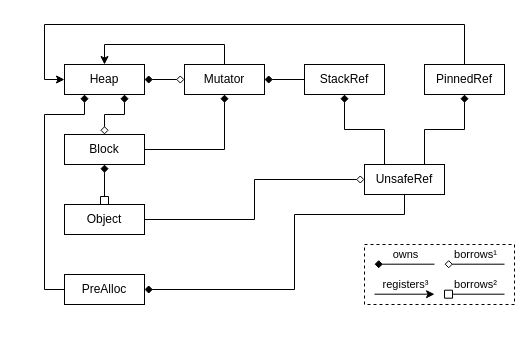
Above: icicle-core/src/heap/diagram.drawio in zopsicle/snowflake (draw.io), before the change. Source tidied: cells renumbered, new cells numbered last; positions are measured from the earlier drawing's top-left corner, leaving out a move shared by most shapes. Both pictures are drawn from the tidied source at 100%, with x=0, y=0 at pixel (44, 24).
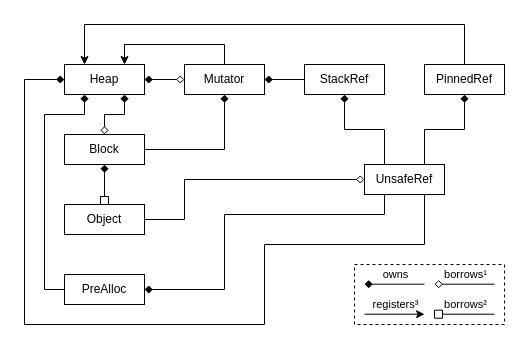
Above is the later version.

Commit message:
icicle: Document that heaps also contain unsafe refs directly

Unchanged cells that the change refers to:
```xml
<mxCell id="2" value="Heap&lt;br&gt;" style="rounded=0;whiteSpace=wrap;html=1;align=center;verticalAlign=middle;fillColor=none;" parent="1" vertex="1">
  <mxGeometry x="20" y="40" width="80" height="30" as="geometry" />
</mxCell>
<mxCell id="4" value="UnsafeRef" style="rounded=0;whiteSpace=wrap;html=1;align=center;verticalAlign=middle;fillColor=none;" parent="1" vertex="1">
  <mxGeometry x="320" y="140" width="80" height="30" as="geometry" />
</mxCell>
<mxCell id="5" value="PinnedRef" style="rounded=0;whiteSpace=wrap;html=1;align=center;verticalAlign=middle;fillColor=none;" parent="1" vertex="1">
  <mxGeometry x="380" y="40" width="80" height="30" as="geometry" />
</mxCell>
<mxCell id="10" value="Mutator" style="rounded=0;whiteSpace=wrap;html=1;align=center;verticalAlign=middle;fillColor=none;" parent="1" vertex="1">
  <mxGeometry x="140" y="40" width="80" height="30" as="geometry" />
</mxCell>
<mxCell id="15" value="Object" style="rounded=0;whiteSpace=wrap;html=1;align=center;verticalAlign=middle;fillColor=none;" parent="1" vertex="1">
  <mxGeometry x="20" y="180" width="80" height="30" as="geometry" />
</mxCell>
<mxCell id="27" value="PreAlloc" style="rounded=0;whiteSpace=wrap;html=1;align=center;verticalAlign=middle;fillColor=none;" parent="1" vertex="1">
  <mxGeometry x="20" y="250" width="80" height="30" as="geometry" />
</mxCell>
```

Diff of the diagram source:
```diff
@@
     <mxCell id="9" style="endArrow=none;html=1;rounded=0;elbow=vertical;entryX=1;entryY=0.5;entryDx=0;entryDy=0;startArrow=diamond;startFill=0;edgeStyle=orthogonalEdgeStyle;exitX=0;exitY=0.5;exitDx=0;exitDy=0;" parent="1" edge="1" source="4" target="15">
-      <mxGeometry relative="1" as="geometry" />
+      <mxGeometry relative="1" as="geometry">
+        <Array as="points">
+          <mxPoint x="140" y="155" />
+          <mxPoint x="140" y="195" />
+        </Array>
+      </mxGeometry>
     </mxCell>
@@
-    <mxCell id="13" style="endArrow=none;html=1;rounded=0;elbow=vertical;entryX=0.5;entryY=0;entryDx=0;entryDy=0;startArrow=classic;startFill=1;exitX=0;exitY=0.5;exitDx=0;exitDy=0;edgeStyle=orthogonalEdgeStyle;endFill=0;" parent="1" edge="1" source="2" target="5">
+    <mxCell id="13" style="endArrow=none;html=1;rounded=0;elbow=vertical;entryX=0.5;entryY=0;entryDx=0;entryDy=0;startArrow=classic;startFill=1;exitX=0.25;exitY=0;exitDx=0;exitDy=0;edgeStyle=orthogonalEdgeStyle;endFill=0;" parent="1" edge="1" source="2" target="5">
       <mxGeometry relative="1" as="geometry">
         <Array as="points">
-          <mxPoint y="55" />
-          <mxPoint />
+          <mxPoint x="40" />
           <mxPoint x="420" />
         </Array>
       </mxGeometry>
     </mxCell>
@@
     <mxCell id="18" style="endArrow=none;html=1;rounded=0;elbow=vertical;startArrow=diamond;startFill=1;endFill=0;" parent="1" edge="1">
       <mxGeometry relative="1" as="geometry">
-        <mxPoint x="330" y="239.7" as="sourcePoint" />
-        <mxPoint x="390" y="239.7" as="targetPoint" />
+        <mxPoint x="320" y="259.7" as="sourcePoint" />
+        <mxPoint x="380" y="259.7" as="targetPoint" />
       </mxGeometry>
     </mxCell>
@@
     <mxCell id="20" style="endArrow=none;html=1;rounded=0;elbow=vertical;startArrow=box;startFill=0;endFill=0;" parent="1" edge="1">
       <mxGeometry relative="1" as="geometry">
-        <mxPoint x="400" y="269.7" as="sourcePoint" />
-        <mxPoint x="460" y="269.7" as="targetPoint" />
+        <mxPoint x="390" y="289.7" as="sourcePoint" />
+        <mxPoint x="450" y="289.7" as="targetPoint" />
       </mxGeometry>
     </mxCell>
@@
     <mxCell id="22" style="endArrow=none;html=1;rounded=0;elbow=vertical;startArrow=diamond;startFill=0;endFill=0;" parent="1" edge="1">
       <mxGeometry relative="1" as="geometry">
-        <mxPoint x="400" y="239.7" as="sourcePoint" />
-        <mxPoint x="460" y="239.7" as="targetPoint" />
+        <mxPoint x="390" y="259.7" as="sourcePoint" />
+        <mxPoint x="450" y="259.7" as="targetPoint" />
       </mxGeometry>
     </mxCell>
@@
-    <mxCell id="24" style="endArrow=none;html=1;rounded=0;elbow=vertical;entryX=0.5;entryY=0;entryDx=0;entryDy=0;startArrow=classic;startFill=1;exitX=0.5;exitY=0;exitDx=0;exitDy=0;edgeStyle=orthogonalEdgeStyle;endFill=0;" parent="1" edge="1" source="2" target="10">
+    <mxCell id="24" style="endArrow=none;html=1;rounded=0;elbow=vertical;entryX=0.5;entryY=0;entryDx=0;entryDy=0;startArrow=classic;startFill=1;exitX=0.75;exitY=0;exitDx=0;exitDy=0;edgeStyle=orthogonalEdgeStyle;endFill=0;" parent="1" edge="1" source="2" target="10">
       <mxGeometry relative="1" as="geometry">
         <Array as="points">
-          <mxPoint x="60" y="20" />
+          <mxPoint x="80" y="20" />
           <mxPoint x="180" y="20" />
         </Array>
       </mxGeometry>
     </mxCell>
     <mxCell id="25" style="endArrow=classic;html=1;rounded=0;elbow=vertical;startArrow=none;startFill=0;endFill=1;" parent="1" edge="1">
       <mxGeometry relative="1" as="geometry">
-        <mxPoint x="330" y="269.7" as="sourcePoint" />
-        <mxPoint x="390" y="269.7" as="targetPoint" />
+        <mxPoint x="320" y="289.7" as="sourcePoint" />
+        <mxPoint x="380" y="289.7" as="targetPoint" />
       </mxGeometry>
     </mxCell>
@@
-    <mxCell id="28" style="endArrow=none;html=1;rounded=0;elbow=vertical;entryX=0.5;entryY=1;entryDx=0;entryDy=0;startArrow=diamond;startFill=1;exitX=1;exitY=0.5;exitDx=0;exitDy=0;edgeStyle=orthogonalEdgeStyle;" parent="1" edge="1" source="27" target="4">
+    <mxCell id="28" style="endArrow=none;html=1;rounded=0;elbow=vertical;entryX=0.25;entryY=1;entryDx=0;entryDy=0;startArrow=diamond;startFill=1;exitX=1;exitY=0.5;exitDx=0;exitDy=0;edgeStyle=orthogonalEdgeStyle;" parent="1" edge="1" source="27" target="4">
       <mxGeometry relative="1" as="geometry">
         <Array as="points">
-          <mxPoint x="250" y="265" />
-          <mxPoint x="250" y="190" />
-          <mxPoint x="360" y="190" />
+          <mxPoint x="180" y="265" />
+          <mxPoint x="180" y="190" />
+          <mxPoint x="340" y="190" />
         </Array>
       </mxGeometry>
     </mxCell>
@@
     <mxCell id="30" style="rounded=0;whiteSpace=wrap;html=1;fillColor=none;dashed=1;" parent="1" vertex="1">
-      <mxGeometry x="320" y="220" width="150" height="60" as="geometry" />
+      <mxGeometry x="310" y="240" width="150" height="60" as="geometry" />
     </mxCell>
+    <mxCell id="31" style="endArrow=none;html=1;rounded=0;elbow=vertical;entryX=0.75;entryY=1;entryDx=0;entryDy=0;startArrow=diamond;startFill=1;exitX=0;exitY=0.5;exitDx=0;exitDy=0;edgeStyle=orthogonalEdgeStyle;" parent="1" edge="1" source="2" target="4">
+      <mxGeometry relative="1" as="geometry">
+        <Array as="points">
+          <mxPoint x="-20" y="55" />
+          <mxPoint x="-20" y="300" />
+          <mxPoint x="220" y="300" />
+          <mxPoint x="220" y="220" />
+          <mxPoint x="380" y="220" />
+        </Array>
+      </mxGeometry>
+    </mxCell>
```
